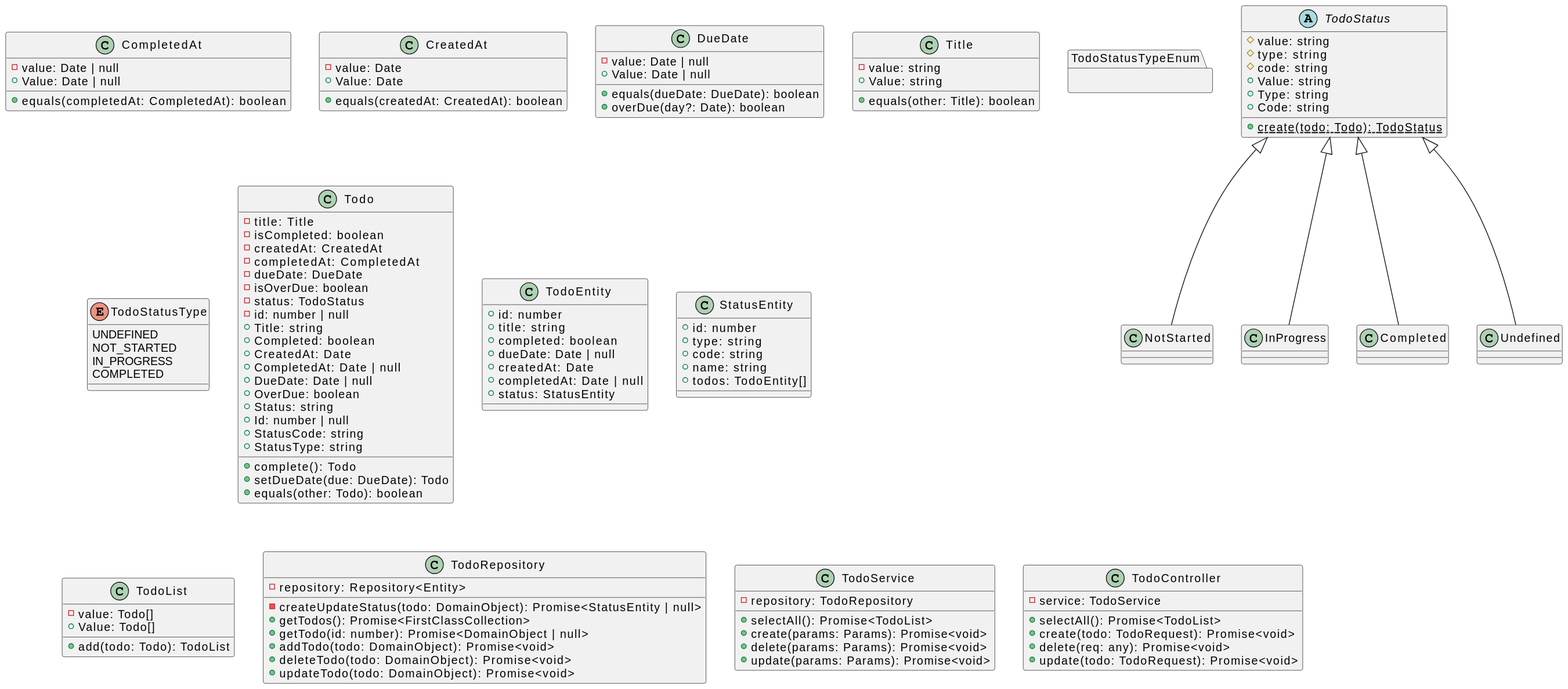
k2works/application_programing_excercise_2022 keeps this PlantUML diagram as docs/images/uml.svg. Above is the earlier version. The source it was exported from:
```plantuml
@startuml
class CompletedAt {
    -value: Date | null
    +Value: Date | null
    +equals(completedAt: CompletedAt): boolean
}
class CreatedAt {
    -value: Date
    +Value: Date
    +equals(createdAt: CreatedAt): boolean
}
class DueDate {
    -value: Date | null
    +Value: Date | null
    +equals(dueDate: DueDate): boolean
    +overDue(day?: Date): boolean
}
class Title {
    -value: string
    +Value: string
    +equals(other: Title): boolean
}
enum TodoStatusType {
    UNDEFINED
    NOT_STARTED
    IN_PROGRESS
    COMPLETED
}
namespace TodoStatusTypeEnum {
}
abstract class TodoStatus {
    #value: string
    #type: string
    #code: string
    +Value: string
    +Type: string
    +Code: string
    +{static} create(todo: Todo): TodoStatus
}
class NotStarted extends TodoStatus
class InProgress extends TodoStatus
class Completed extends TodoStatus
class Undefined extends TodoStatus
class Todo {
    -title: Title
    -isCompleted: boolean
    -createdAt: CreatedAt
    -completedAt: CompletedAt
    -dueDate: DueDate
    -isOverDue: boolean
    -status: TodoStatus
    -id: number | null
    +Title: string
    +Completed: boolean
    +CreatedAt: Date
    +CompletedAt: Date | null
    +DueDate: Date | null
    +OverDue: boolean
    +Status: string
    +Id: number | null
    +StatusCode: string
    +StatusType: string
    +complete(): Todo
    +setDueDate(due: DueDate): Todo
    +equals(other: Todo): boolean
}
class TodoEntity {
    +id: number
    +title: string
    +completed: boolean
    +dueDate: Date | null
    +createdAt: Date
    +completedAt: Date | null
    +status: StatusEntity
}
class StatusEntity {
    +id: number
    +type: string
    +code: string
    +name: string
    +todos: TodoEntity[]
}
class TodoList {
    -value: Todo[]
    +Value: Todo[]
    +add(todo: Todo): TodoList
}
class TodoRepository {
    -repository: Repository<Entity>
    -createUpdateStatus(todo: DomainObject): Promise<StatusEntity | null>
    +getTodos(): Promise<FirstClassCollection>
    +getTodo(id: number): Promise<DomainObject | null>
    +addTodo(todo: DomainObject): Promise<void>
    +deleteTodo(todo: DomainObject): Promise<void>
    +updateTodo(todo: DomainObject): Promise<void>
}
class TodoService {
    -repository: TodoRepository
    +selectAll(): Promise<TodoList>
    +create(params: Params): Promise<void>
    +delete(params: Params): Promise<void>
    +update(params: Params): Promise<void>
}
class TodoController {
    -service: TodoService
    +selectAll(): Promise<TodoList>
    +create(todo: TodoRequest): Promise<void>
    +delete(req: any): Promise<void>
    +update(todo: TodoRequest): Promise<void>
}
@enduml
```
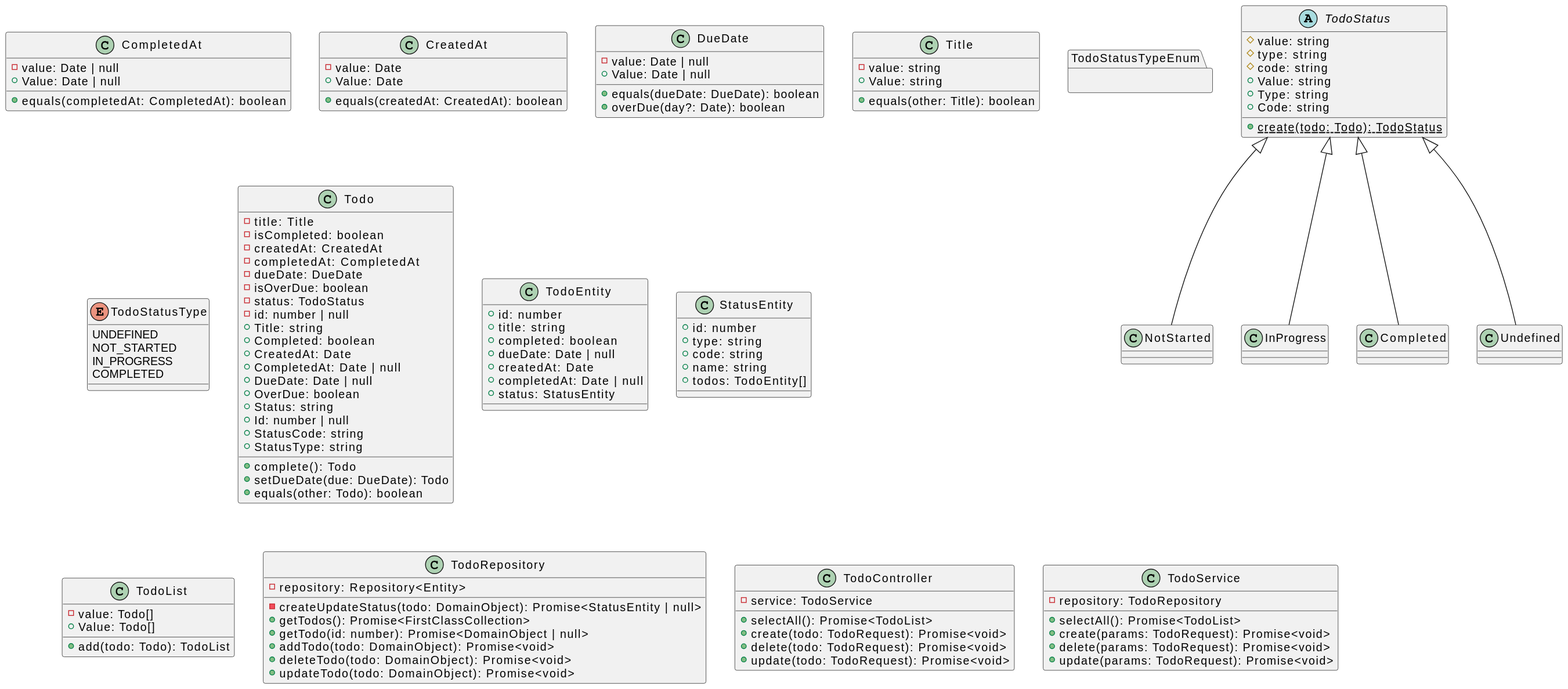
Later version of the same file.

The edit, as a diff of the source:
```diff
@@ -94,18 +94,18 @@
     +deleteTodo(todo: DomainObject): Promise<void>
     +updateTodo(todo: DomainObject): Promise<void>
 }
-class TodoService {
-    -repository: TodoRepository
-    +selectAll(): Promise<TodoList>
-    +create(params: Params): Promise<void>
-    +delete(params: Params): Promise<void>
-    +update(params: Params): Promise<void>
-}
 class TodoController {
     -service: TodoService
     +selectAll(): Promise<TodoList>
     +create(todo: TodoRequest): Promise<void>
-    +delete(req: any): Promise<void>
+    +delete(todo: TodoRequest): Promise<void>
     +update(todo: TodoRequest): Promise<void>
 }
+class TodoService {
+    -repository: TodoRepository
+    +selectAll(): Promise<TodoList>
+    +create(params: TodoRequest): Promise<void>
+    +delete(params: TodoRequest): Promise<void>
+    +update(params: TodoRequest): Promise<void>
+}
 @enduml
```
